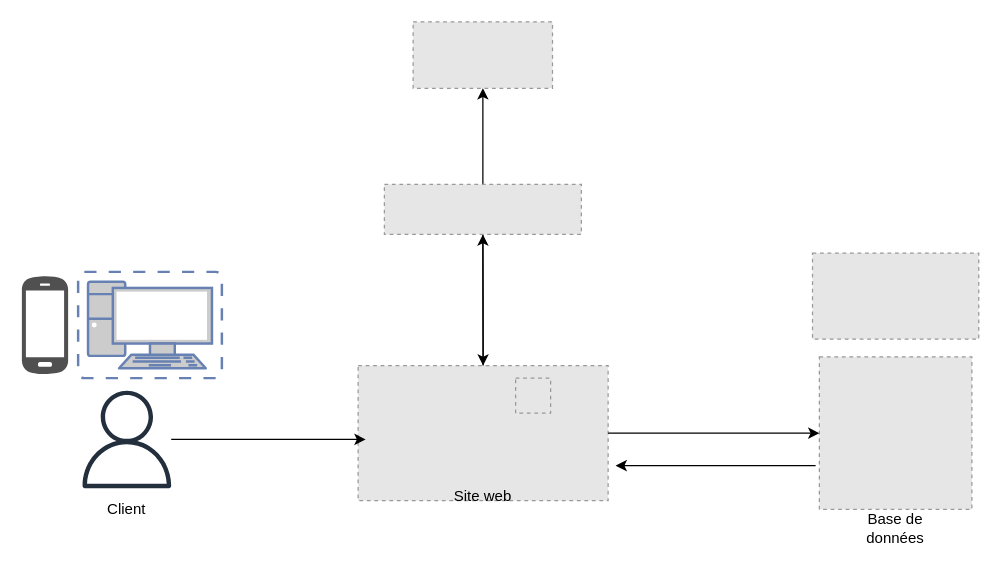
The draw.io diagram Diagramme sans nom.drawio in donne12/cac40-data-insight, before the edit. Source tidied: cells renumbered, new cells numbered last; positions are measured from the earlier drawing's top-left corner, leaving out a move shared by most shapes. Both pictures are drawn from the tidied source at 125%, with x=0, y=0 at pixel (21, 21). Pictures stored in the file or linked from it are replaced by grey dashed boxes.
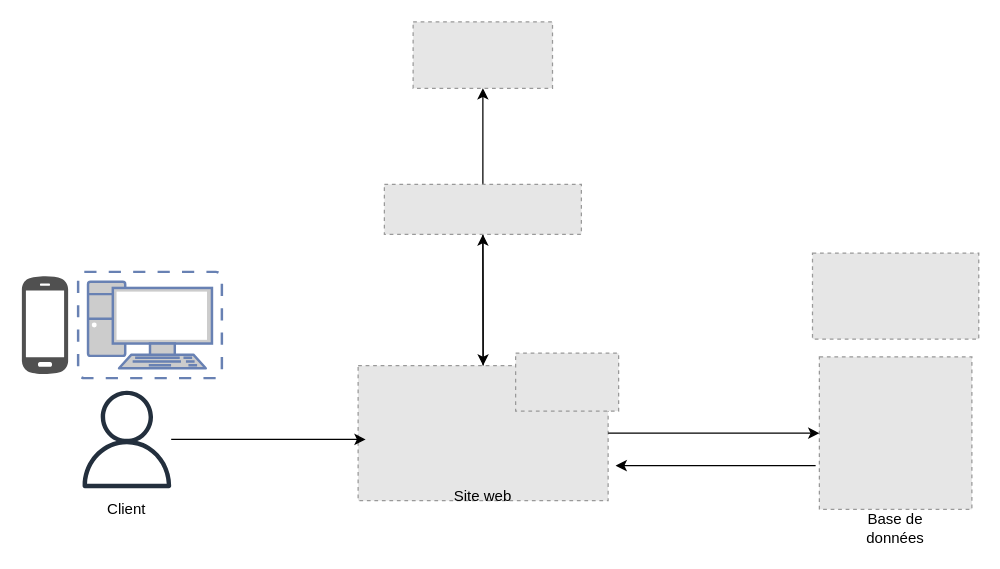
The same diagram, later.

Commit message (it also covers changes not shown here):
Mettre à jour Diagramme sans nom.drawio

What changed in the source:
```diff
@@
-    <mxCell id="19" style="fillColor=#E6E6E6;strokeColor=#999999;dashed=1;verticalLabelPosition=bottom;labelBackgroundColor=default;verticalAlign=top;" parent="1" vertex="1">
-      <mxGeometry x="395" y="285" width="28" height="28" as="geometry" />
-    </mxCell>
+    <mxCell id="20" style="fillColor=#E6E6E6;strokeColor=#999999;dashed=1;verticalLabelPosition=bottom;labelBackgroundColor=default;verticalAlign=top;" parent="1" vertex="1">
+      <mxGeometry x="395" y="265" width="82.4" height="46.4" as="geometry" />
+    </mxCell>
```
